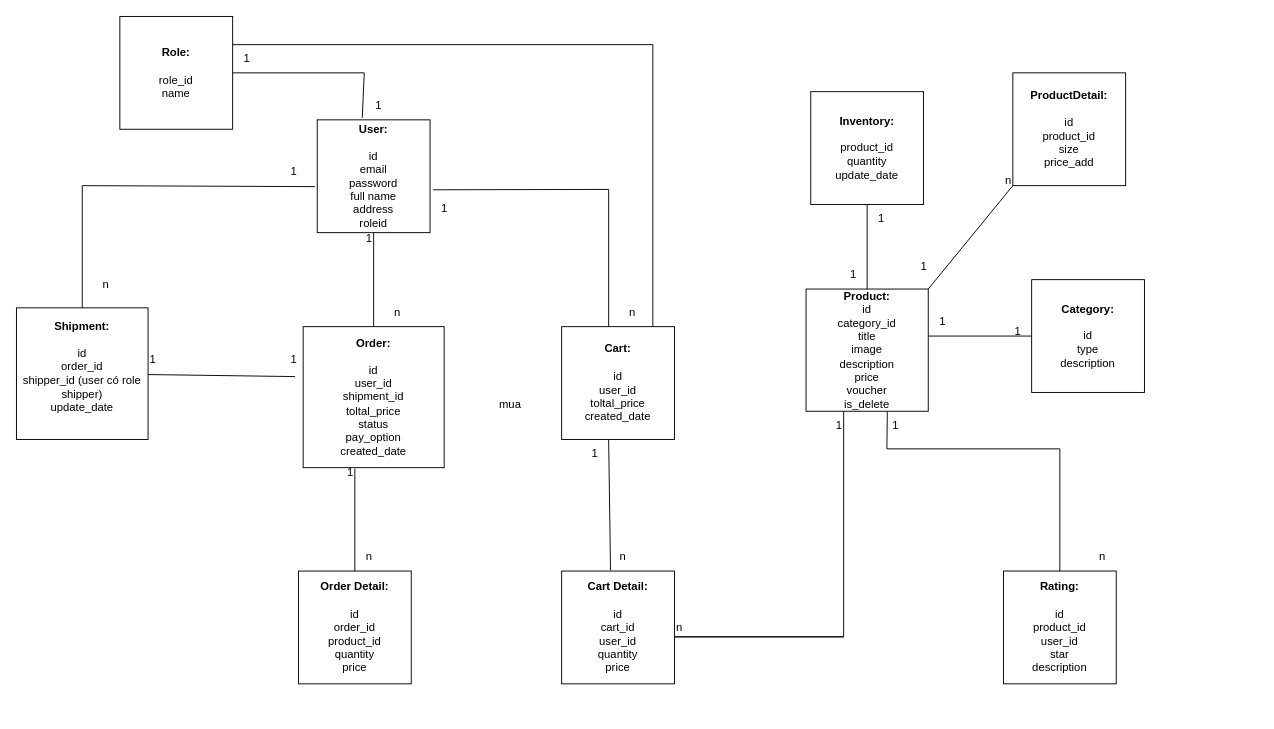
Before: shoeshop.drawio in binh1922004/preTest, a draw.io diagram. Source tidied: cells renumbered, new cells numbered last; positions are measured from the earlier drawing's top-left corner, leaving out a move shared by most shapes. Both pictures are drawn from the tidied source at 94%, with x=0, y=0 at pixel (16, 16).
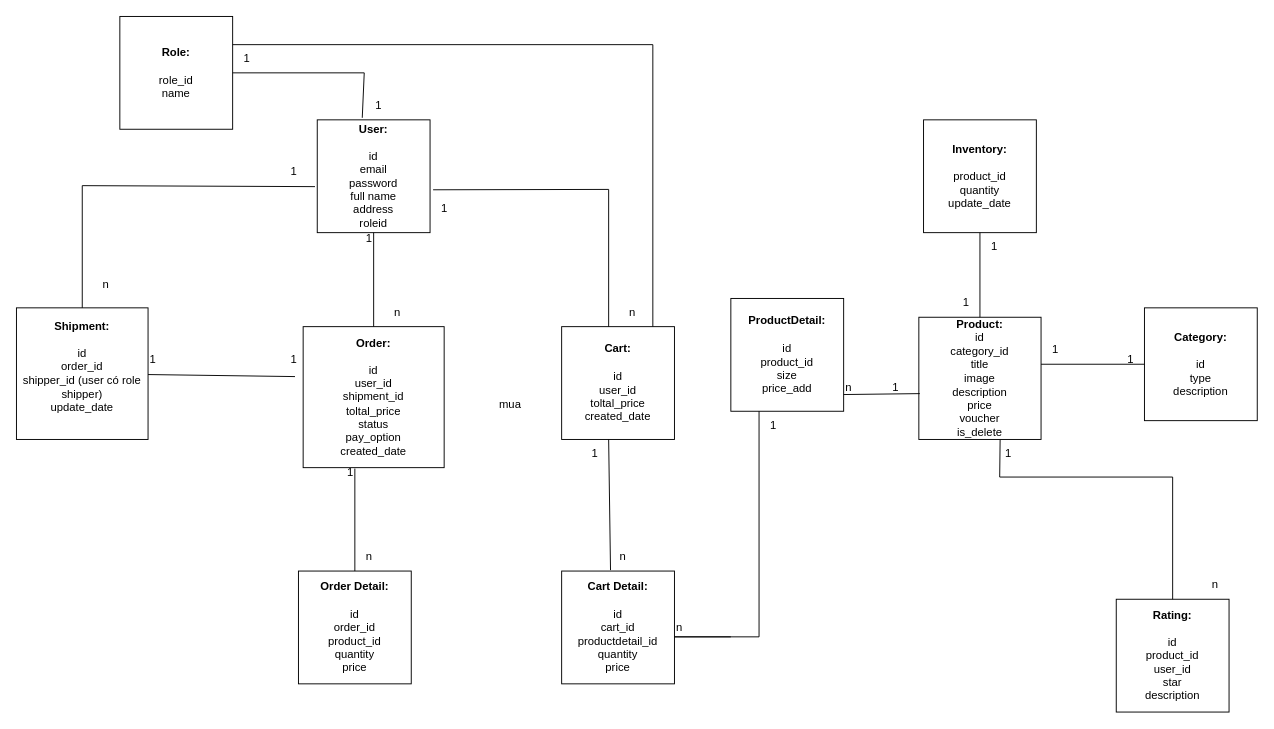
The same page after the edit.

Change to the diagram source:
```diff
@@
     <mxCell id="5" value="&lt;b&gt;Product:&lt;/b&gt;&lt;div&gt;id&lt;/div&gt;&lt;div&gt;category_id&lt;/div&gt;&lt;div&gt;title&lt;/div&gt;&lt;div&gt;image&lt;/div&gt;&lt;div&gt;description&lt;/div&gt;&lt;div&gt;price&lt;/div&gt;&lt;div&gt;voucher&lt;/div&gt;&lt;div&gt;is_delete&lt;/div&gt;" style="whiteSpace=wrap;html=1;" parent="1" vertex="1">
-      <mxGeometry x="840" y="290" width="130" height="130" as="geometry" />
+      <mxGeometry x="960" y="320" width="130" height="130" as="geometry" />
     </mxCell>
     <mxCell id="6" value="&lt;b&gt;Category:&lt;/b&gt;&lt;div&gt;&lt;br&gt;&lt;/div&gt;&lt;div&gt;id&lt;/div&gt;&lt;div&gt;type&lt;/div&gt;&lt;div&gt;description&lt;/div&gt;" style="whiteSpace=wrap;html=1;" parent="1" vertex="1">
-      <mxGeometry x="1080" y="280" width="120" height="120" as="geometry" />
+      <mxGeometry x="1200" y="310" width="120" height="120" as="geometry" />
     </mxCell>
@@
     <mxCell id="8" value="&lt;b&gt;Inventory:&lt;/b&gt;&lt;div&gt;&lt;br&gt;&lt;/div&gt;&lt;div&gt;product_id&lt;/div&gt;&lt;div&gt;quantity&lt;/div&gt;&lt;div&gt;update_date&lt;/div&gt;" style="whiteSpace=wrap;html=1;" parent="1" vertex="1">
-      <mxGeometry x="845" y="80" width="120" height="120" as="geometry" />
+      <mxGeometry x="965" y="110" width="120" height="120" as="geometry" />
     </mxCell>
     <mxCell id="9" value="&lt;b&gt;Rating:&lt;/b&gt;&lt;div&gt;&lt;br&gt;&lt;/div&gt;&lt;div&gt;id&lt;/div&gt;&lt;div&gt;product_id&lt;/div&gt;&lt;div&gt;user_id&lt;/div&gt;&lt;div&gt;star&lt;/div&gt;&lt;div&gt;description&lt;/div&gt;" style="whiteSpace=wrap;html=1;" parent="1" vertex="1">
-      <mxGeometry x="1050" y="590" width="120" height="120" as="geometry" />
+      <mxGeometry x="1170" y="620" width="120" height="120" as="geometry" />
     </mxCell>
@@
     <mxCell id="15" style="endArrow=none;html=1;rounded=0;exitX=0.665;exitY=1.003;exitDx=0;exitDy=0;entryX=0.5;entryY=0;entryDx=0;entryDy=0;exitPerimeter=0;" parent="1" edge="1" source="5" target="9">
       <mxGeometry relative="1" as="geometry">
         <Array as="points">
-          <mxPoint x="926" y="460" />
-          <mxPoint x="1110" y="460" />
+          <mxPoint x="1046" y="490" />
+          <mxPoint x="1230" y="490" />
         </Array>
       </mxGeometry>
     </mxCell>
     <mxCell id="16" style="endArrow=none;html=1;rounded=0;exitX=0.5;exitY=1;exitDx=0;exitDy=0;entryX=0;entryY=0.5;entryDx=0;entryDy=0;" parent="1" edge="1" target="6">
       <mxGeometry relative="1" as="geometry">
-        <mxPoint x="970" y="340" as="sourcePoint" />
+        <mxPoint x="1090" y="370" as="sourcePoint" />
       </mxGeometry>
     </mxCell>
@@
     <mxCell id="23" value="1" style="text;html=1;align=center;verticalAlign=middle;strokeColor=none;fillColor=none;" parent="1" vertex="1">
-      <mxGeometry x="920" y="420" width="30" height="30" as="geometry" />
+      <mxGeometry x="1040" y="450" width="30" height="30" as="geometry" />
     </mxCell>
@@
     <mxCell id="26" value="1" style="text;html=1;align=center;verticalAlign=middle;strokeColor=none;fillColor=none;" parent="1" vertex="1">
-      <mxGeometry x="970" y="310" width="30" height="30" as="geometry" />
+      <mxGeometry x="1090" y="340" width="30" height="30" as="geometry" />
     </mxCell>
     <mxCell id="27" value="1" style="text;html=1;align=center;verticalAlign=middle;strokeColor=none;fillColor=none;" parent="1" vertex="1">
-      <mxGeometry x="1050" y="320" width="30" height="30" as="geometry" />
+      <mxGeometry x="1170" y="350" width="30" height="30" as="geometry" />
     </mxCell>
     <mxCell id="28" value="1" style="text;html=1;align=center;verticalAlign=middle;strokeColor=none;fillColor=none;" parent="1" vertex="1">
-      <mxGeometry x="875" y="260" width="30" height="30" as="geometry" />
+      <mxGeometry x="995" y="290" width="30" height="30" as="geometry" />
     </mxCell>
     <mxCell id="29" value="1" style="text;html=1;align=center;verticalAlign=middle;strokeColor=none;fillColor=none;" parent="1" vertex="1">
-      <mxGeometry x="905" y="200" width="30" height="30" as="geometry" />
+      <mxGeometry x="1025" y="230" width="30" height="30" as="geometry" />
     </mxCell>
     <mxCell id="30" value="n" style="text;html=1;align=center;verticalAlign=middle;strokeColor=none;fillColor=none;" parent="1" vertex="1">
-      <mxGeometry x="1140" y="560" width="30" height="30" as="geometry" />
+      <mxGeometry x="1260" y="590" width="30" height="30" as="geometry" />
     </mxCell>
@@
-    <mxCell id="34" style="endArrow=none;html=1;rounded=0;exitX=1;exitY=0;exitDx=0;exitDy=0;" parent="1" edge="1" source="5">
-      <mxGeometry relative="1" as="geometry">
-        <mxPoint x="1060" y="180" as="targetPoint" />
-      </mxGeometry>
+    <mxCell id="34" style="endArrow=none;html=1;rounded=0;exitX=0.992;exitY=0.852;exitDx=0;exitDy=0;entryX=0.008;entryY=0.625;entryDx=0;entryDy=0;entryPerimeter=0;exitPerimeter=0;" parent="1" edge="1" source="36" target="5">
+      <mxGeometry relative="1" as="geometry" />
     </mxCell>
@@
     <mxCell id="36" value="&lt;b&gt;ProductDetail:&lt;/b&gt;&lt;div&gt;&lt;br&gt;&lt;/div&gt;&lt;div&gt;id&lt;/div&gt;&lt;div&gt;&lt;span style=&quot;background-color: initial;&quot;&gt;product_id&lt;/span&gt;&lt;/div&gt;&lt;div&gt;size&lt;br&gt;price_add&lt;/div&gt;" style="whiteSpace=wrap;html=1;" parent="1" vertex="1">
-      <mxGeometry x="1060" y="60" width="120" height="120" as="geometry" />
+      <mxGeometry x="760" y="300" width="120" height="120" as="geometry" />
     </mxCell>
     <mxCell id="37" value="1" style="text;html=1;align=center;verticalAlign=middle;strokeColor=none;fillColor=none;" parent="1" vertex="1">
-      <mxGeometry x="950" y="251" width="30" height="30" as="geometry" />
+      <mxGeometry x="920" y="380" width="30" height="30" as="geometry" />
     </mxCell>
     <mxCell id="38" value="n" style="text;html=1;align=center;verticalAlign=middle;strokeColor=none;fillColor=none;" parent="1" vertex="1">
-      <mxGeometry x="1040" y="160" width="30" height="30" as="geometry" />
+      <mxGeometry x="870" y="380" width="30" height="30" as="geometry" />
     </mxCell>
@@
-    <mxCell id="40" value="&lt;b&gt;Cart Detail:&lt;/b&gt;&lt;div&gt;&lt;br&gt;&lt;/div&gt;&lt;div&gt;id&lt;/div&gt;&lt;div&gt;cart_id&lt;/div&gt;&lt;div&gt;user_id&lt;/div&gt;&lt;div&gt;quantity&lt;/div&gt;&lt;div&gt;price&lt;/div&gt;" style="whiteSpace=wrap;html=1;" parent="1" vertex="1">
+    <mxCell id="40" value="&lt;b&gt;Cart Detail:&lt;/b&gt;&lt;div&gt;&lt;br&gt;&lt;/div&gt;&lt;div&gt;id&lt;/div&gt;&lt;div&gt;cart_id&lt;/div&gt;&lt;div&gt;productdetail_id&lt;/div&gt;&lt;div&gt;quantity&lt;/div&gt;&lt;div&gt;price&lt;/div&gt;" style="whiteSpace=wrap;html=1;" parent="1" vertex="1">
       <mxGeometry x="580" y="590" width="120" height="120" as="geometry" />
     </mxCell>
@@
-    <mxCell id="47" style="endArrow=none;html=1;rounded=0;exitX=0.318;exitY=1.005;exitDx=0;exitDy=0;exitPerimeter=0;" parent="1" edge="1">
+    <mxCell id="47" style="endArrow=none;html=1;rounded=0;exitX=0.25;exitY=1;exitDx=0;exitDy=0;" parent="1" edge="1" source="36">
       <mxGeometry relative="1" as="geometry">
-        <mxPoint x="880" y="420" as="sourcePoint" />
-        <mxPoint x="880" y="660" as="targetPoint" />
+        <mxPoint x="760" y="660" as="targetPoint" />
         <Array as="points">
-          <mxPoint x="880" y="660" />
+          <mxPoint x="790" y="660" />
           <mxPoint x="700" y="660" />
         </Array>
       </mxGeometry>
     </mxCell>
     <mxCell id="48" value="1" style="text;html=1;align=center;verticalAlign=middle;strokeColor=none;fillColor=none;" parent="1" vertex="1">
-      <mxGeometry x="860" y="420" width="30" height="30" as="geometry" />
+      <mxGeometry x="790" y="420" width="30" height="30" as="geometry" />
     </mxCell>
```
